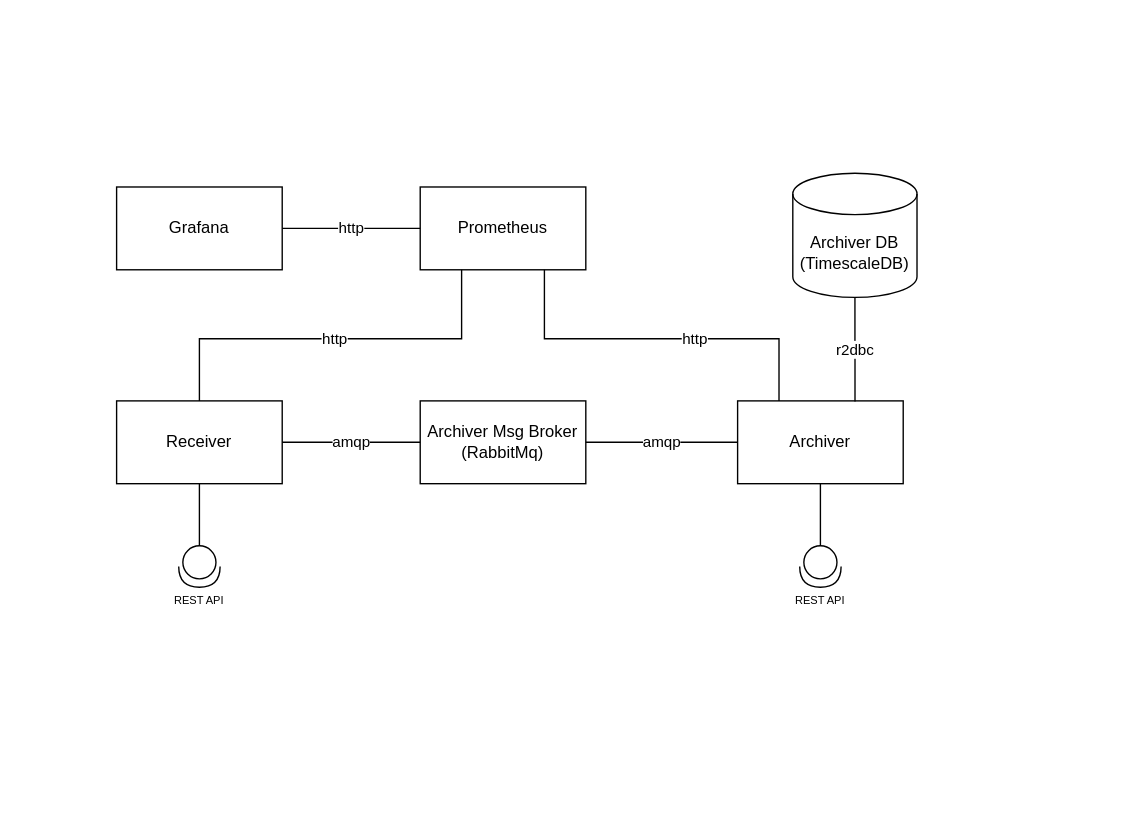
Before: utils/docs/location-tracker-architecture.drawio in DSniatecki/location-tracker, a draw.io diagram. Source tidied: cells renumbered, new cells numbered last; positions are measured from the earlier drawing's top-left corner, leaving out a move shared by most shapes. Both pictures are drawn from the tidied source at 138%, with x=0, y=0 at pixel (116, 172).
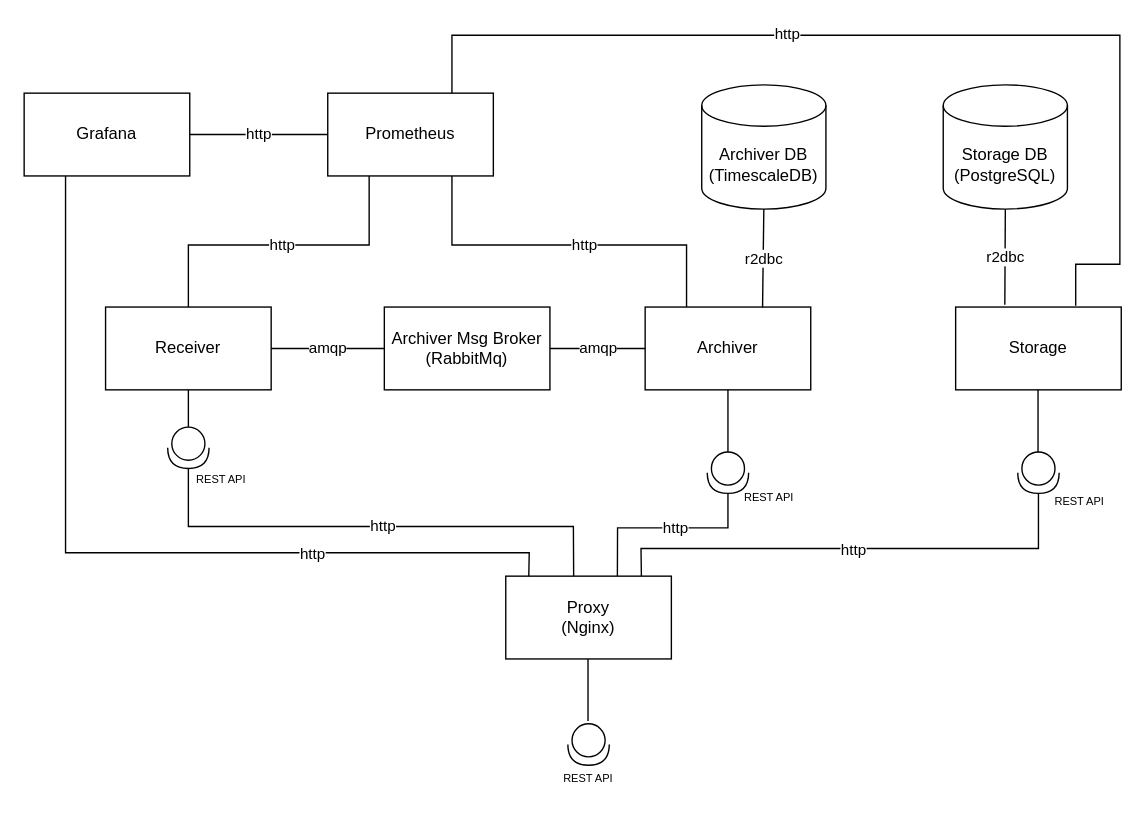
The same diagram, later.

What changed in the source:
```diff
@@
     <mxCell id="2" value="Receiver&lt;br&gt;" style="rounded=0;whiteSpace=wrap;html=1;" parent="1" vertex="1">
-      <mxGeometry y="165" width="120" height="60" as="geometry" />
+      <mxGeometry x="-8" y="97" width="120" height="60" as="geometry" />
     </mxCell>
     <mxCell id="3" value="Archiver" style="rounded=0;whiteSpace=wrap;html=1;" parent="1" vertex="1">
-      <mxGeometry x="450" y="165" width="120" height="60" as="geometry" />
+      <mxGeometry x="383" y="97" width="120" height="60" as="geometry" />
     </mxCell>
     <mxCell id="4" value="Prometheus" style="rounded=0;whiteSpace=wrap;html=1;" parent="1" vertex="1">
-      <mxGeometry x="220" y="10" width="120" height="60" as="geometry" />
+      <mxGeometry x="153" y="-58" width="120" height="60" as="geometry" />
     </mxCell>
     <mxCell id="5" value="Grafana&lt;br&gt;" style="rounded=0;whiteSpace=wrap;html=1;" parent="1" vertex="1">
-      <mxGeometry y="10" width="120" height="60" as="geometry" />
+      <mxGeometry x="-67" y="-58" width="120" height="60" as="geometry" />
     </mxCell>
     <mxCell id="6" value="Archiver DB&lt;br&gt;(TimescaleDB)" style="shape=cylinder3;whiteSpace=wrap;html=1;boundedLbl=1;backgroundOutline=1;size=15;" parent="1" vertex="1">
-      <mxGeometry x="490" width="90" height="90" as="geometry" />
+      <mxGeometry x="424" y="-64" width="90" height="90" as="geometry" />
     </mxCell>
     <mxCell id="7" value="Archiver Msg Broker&lt;br&gt;(RabbitMq)" style="rounded=0;whiteSpace=wrap;html=1;" parent="1" vertex="1">
-      <mxGeometry x="220" y="165" width="120" height="60" as="geometry" />
+      <mxGeometry x="194" y="97" width="120" height="60" as="geometry" />
     </mxCell>
@@
     <mxCell id="10" value="http&lt;br&gt;" style="endArrow=none;html=1;rounded=0;entryX=0.25;entryY=1;entryDx=0;entryDy=0;exitX=0.5;exitY=0;exitDx=0;exitDy=0;" parent="1" edge="1" source="2" target="4">
       <mxGeometry relative="1" as="geometry">
         <Array as="points">
-          <mxPoint x="60" y="120" />
-          <mxPoint x="250" y="120" />
+          <mxPoint x="52" y="52" />
+          <mxPoint x="183" y="52" />
         </Array>
       </mxGeometry>
     </mxCell>
     <mxCell id="11" style="endArrow=none;html=1;rounded=0;entryX=0.75;entryY=1;entryDx=0;entryDy=0;exitX=0.25;exitY=0;exitDx=0;exitDy=0;" parent="1" edge="1" source="3" target="4">
       <mxGeometry relative="1" as="geometry">
         <Array as="points">
-          <mxPoint x="480" y="120" />
-          <mxPoint x="310" y="120" />
+          <mxPoint x="413" y="52" />
+          <mxPoint x="243" y="52" />
         </Array>
       </mxGeometry>
     </mxCell>
     <mxCell id="12" value="http" style="edgeLabel;html=1;align=center;verticalAlign=middle;" parent="11" vertex="1">
-      <mxGeometry x="-0.19" y="-1" relative="1" as="geometry" />
+      <mxGeometry x="-0.19" y="-1" relative="1" as="geometry">
+        <mxPoint x="-13" as="offset" />
+      </mxGeometry>
     </mxCell>
@@
     <mxCell id="15" style="shape=providedRequiredInterface;html=1;verticalLabelPosition=bottom;sketch=0;rotation=90;" parent="1" vertex="1">
-      <mxGeometry x="45" y="270" width="30" height="30" as="geometry" />
+      <mxGeometry x="37" y="184" width="30" height="30" as="geometry" />
     </mxCell>
@@
     <mxCell id="17" style="shape=providedRequiredInterface;html=1;verticalLabelPosition=bottom;sketch=0;rotation=90;" parent="1" vertex="1">
-      <mxGeometry x="495" y="270" width="30" height="30" as="geometry" />
+      <mxGeometry x="428" y="202" width="30" height="30" as="geometry" />
     </mxCell>
@@
     <mxCell id="19" value="&lt;font style=&quot;font-size: 8px&quot;&gt;REST API&lt;/font&gt;" style="text;html=1;strokeColor=none;fillColor=none;align=center;verticalAlign=middle;whiteSpace=wrap;rounded=0;fontSize=9;" parent="1" vertex="1">
-      <mxGeometry x="30" y="300" width="60" height="20" as="geometry" />
+      <mxGeometry x="46" y="212" width="60" height="20" as="geometry" />
     </mxCell>
     <mxCell id="20" value="&lt;font style=&quot;font-size: 8px&quot;&gt;REST API&lt;/font&gt;" style="text;html=1;strokeColor=none;fillColor=none;align=center;verticalAlign=middle;whiteSpace=wrap;rounded=0;fontSize=9;" parent="1" vertex="1">
-      <mxGeometry x="480" y="300" width="60" height="20" as="geometry" />
+      <mxGeometry x="443" y="225" width="60" height="20" as="geometry" />
     </mxCell>
+    <mxCell id="21" value="Storage&lt;br&gt;" style="rounded=0;whiteSpace=wrap;html=1;" parent="1" vertex="1">
+      <mxGeometry x="608" y="97" width="120" height="60" as="geometry" />
+    </mxCell>
+    <mxCell id="22" style="shape=providedRequiredInterface;html=1;verticalLabelPosition=bottom;sketch=0;rotation=90;" parent="1" vertex="1">
+      <mxGeometry x="653" y="202" width="30" height="30" as="geometry" />
+    </mxCell>
+    <mxCell id="23" value="&lt;font style=&quot;font-size: 8px&quot;&gt;REST API&lt;/font&gt;" style="text;html=1;strokeColor=none;fillColor=none;align=center;verticalAlign=middle;whiteSpace=wrap;rounded=0;fontSize=9;" parent="1" vertex="1">
+      <mxGeometry x="668" y="228" width="60" height="20" as="geometry" />
+    </mxCell>
+    <mxCell id="24" style="endArrow=none;html=1;rounded=0;entryX=0.5;entryY=1;entryDx=0;entryDy=0;exitX=0;exitY=0.5;exitDx=0;exitDy=0;exitPerimeter=0;" parent="1" edge="1">
+      <mxGeometry relative="1" as="geometry">
+        <mxPoint x="667.7" y="202" as="sourcePoint" />
+        <mxPoint x="667.7" y="157" as="targetPoint" />
+      </mxGeometry>
+    </mxCell>
+    <mxCell id="25" value="Storage DB&lt;br&gt;(PostgreSQL)" style="shape=cylinder3;whiteSpace=wrap;html=1;boundedLbl=1;backgroundOutline=1;size=15;" parent="1" vertex="1">
+      <mxGeometry x="599" y="-64" width="90" height="90" as="geometry" />
+    </mxCell>
+    <mxCell id="26" value="r2dbc" style="endArrow=none;html=1;rounded=0;entryX=0.297;entryY=-0.028;entryDx=0;entryDy=0;exitX=0.5;exitY=1;exitDx=0;exitDy=0;exitPerimeter=0;entryPerimeter=0;" parent="1" edge="1" source="25" target="21">
+      <mxGeometry relative="1" as="geometry" />
+    </mxCell>
+    <mxCell id="27" style="endArrow=none;html=1;rounded=0;entryX=0.75;entryY=0;entryDx=0;entryDy=0;" parent="1" edge="1" target="4">
+      <mxGeometry relative="1" as="geometry">
+        <mxPoint x="695" y="96" as="sourcePoint" />
+        <Array as="points">
+          <mxPoint x="695" y="66" />
+          <mxPoint x="727" y="66" />
+          <mxPoint x="727" y="-30" />
+          <mxPoint x="727" y="-100" />
+          <mxPoint x="243" y="-100" />
+        </Array>
+      </mxGeometry>
+    </mxCell>
+    <mxCell id="28" value="http" style="edgeLabel;html=1;align=center;verticalAlign=middle;" parent="27" vertex="1">
+      <mxGeometry x="-0.19" y="-1" relative="1" as="geometry">
+        <mxPoint x="-165" y="-1" as="offset" />
+      </mxGeometry>
+    </mxCell>
+    <mxCell id="29" value="Proxy&lt;br&gt;(Nginx)" style="rounded=0;whiteSpace=wrap;html=1;" parent="1" vertex="1">
+      <mxGeometry x="282" y="292" width="120" height="60" as="geometry" />
+    </mxCell>
+    <mxCell id="30" style="shape=providedRequiredInterface;html=1;verticalLabelPosition=bottom;sketch=0;rotation=90;" parent="1" vertex="1">
+      <mxGeometry x="327" y="399" width="30" height="30" as="geometry" />
+    </mxCell>
+    <mxCell id="31" value="&lt;font style=&quot;font-size: 8px&quot;&gt;REST API&lt;/font&gt;" style="text;html=1;strokeColor=none;fillColor=none;align=center;verticalAlign=middle;whiteSpace=wrap;rounded=0;fontSize=9;" parent="1" vertex="1">
+      <mxGeometry x="312" y="429" width="60" height="20" as="geometry" />
+    </mxCell>
+    <mxCell id="32" style="endArrow=none;html=1;rounded=0;entryX=0.5;entryY=1;entryDx=0;entryDy=0;exitX=0;exitY=0.5;exitDx=0;exitDy=0;exitPerimeter=0;" parent="1" edge="1">
+      <mxGeometry relative="1" as="geometry">
+        <mxPoint x="341.6" y="397" as="sourcePoint" />
+        <mxPoint x="341.6" y="352" as="targetPoint" />
+      </mxGeometry>
+    </mxCell>
+    <mxCell id="33" style="endArrow=none;html=1;rounded=0;entryX=0.25;entryY=1;entryDx=0;entryDy=0;exitX=0.139;exitY=0;exitDx=0;exitDy=0;exitPerimeter=0;" parent="1" edge="1" source="29" target="5">
+      <mxGeometry relative="1" as="geometry">
+        <Array as="points">
+          <mxPoint x="299" y="275" />
+          <mxPoint x="-37" y="275" />
+        </Array>
+      </mxGeometry>
+    </mxCell>
+    <mxCell id="34" style="endArrow=none;html=1;rounded=0;exitX=0.674;exitY=0;exitDx=0;exitDy=0;exitPerimeter=0;" parent="1" edge="1" source="29">
+      <mxGeometry relative="1" as="geometry">
+        <mxPoint x="443" y="232" as="targetPoint" />
+        <Array as="points">
+          <mxPoint x="363" y="257" />
+          <mxPoint x="443" y="257" />
+        </Array>
+      </mxGeometry>
+    </mxCell>
+    <mxCell id="35" style="endArrow=none;html=1;rounded=0;exitX=1;exitY=0.5;exitDx=0;exitDy=0;exitPerimeter=0;entryX=0.41;entryY=0;entryDx=0;entryDy=0;entryPerimeter=0;" parent="1" edge="1" source="15" target="29">
+      <mxGeometry relative="1" as="geometry">
+        <Array as="points">
+          <mxPoint x="52" y="256" />
+          <mxPoint x="331" y="256" />
+        </Array>
+      </mxGeometry>
+    </mxCell>
+    <mxCell id="36" style="endArrow=none;html=1;rounded=0;exitX=0.819;exitY=0;exitDx=0;exitDy=0;exitPerimeter=0;entryX=1;entryY=0.5;entryDx=0;entryDy=0;entryPerimeter=0;" parent="1" edge="1" source="29" target="22">
+      <mxGeometry relative="1" as="geometry">
+        <Array as="points">
+          <mxPoint x="380" y="272" />
+          <mxPoint x="668" y="272" />
+        </Array>
+      </mxGeometry>
+    </mxCell>
+    <mxCell id="37" value="http" style="edgeLabel;html=1;align=center;verticalAlign=middle;" parent="1" vertex="1">
+      <mxGeometry x="141" y="275" as="geometry" />
+    </mxCell>
+    <mxCell id="38" value="http" style="edgeLabel;html=1;align=center;verticalAlign=middle;" parent="1" vertex="1">
+      <mxGeometry x="144" y="278" as="geometry">
+        <mxPoint x="48" y="-23" as="offset" />
+      </mxGeometry>
+    </mxCell>
+    <mxCell id="39" value="http" style="edgeLabel;html=1;align=center;verticalAlign=middle;" parent="1" vertex="1">
+      <mxGeometry x="533" y="272" as="geometry" />
+    </mxCell>
+    <mxCell id="40" value="http" style="edgeLabel;html=1;align=center;verticalAlign=middle;" parent="1" vertex="1">
+      <mxGeometry x="404" y="256" as="geometry" />
+    </mxCell>
```
